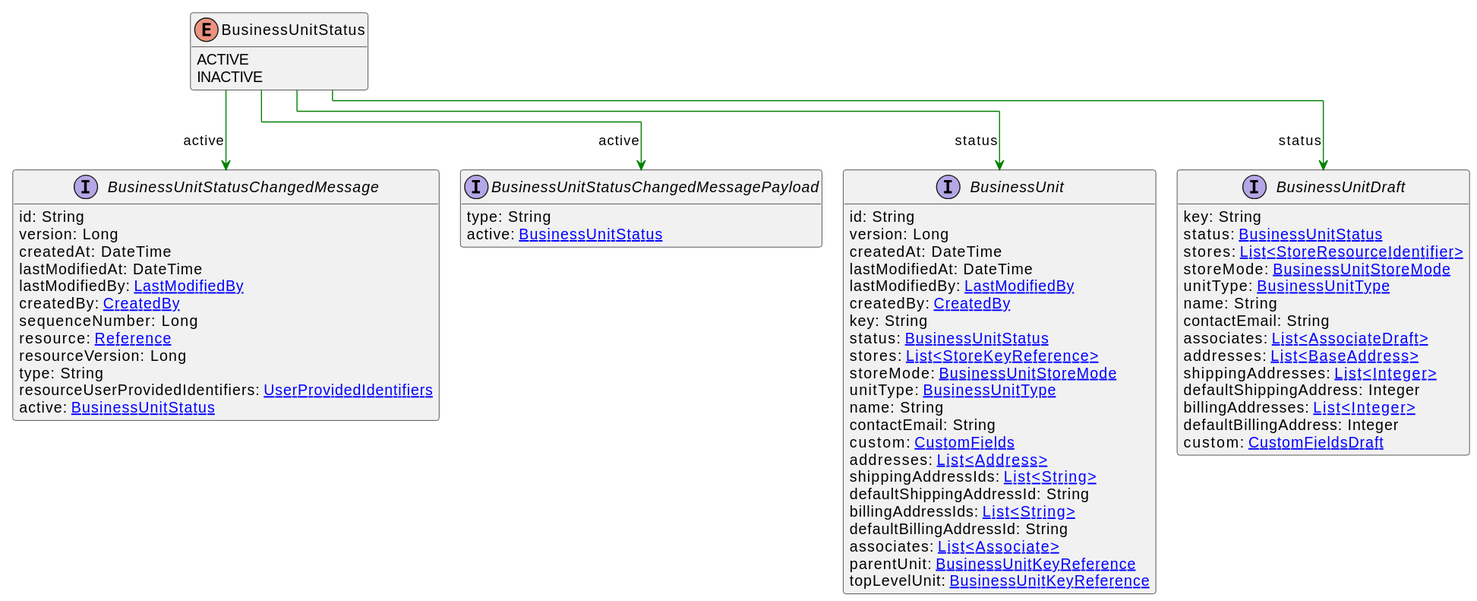
commercetools/commercetools-api-reference keeps this PlantUML diagram as uml/api/svg/BusinessUnitStatus.svg. Above is the earlier version.
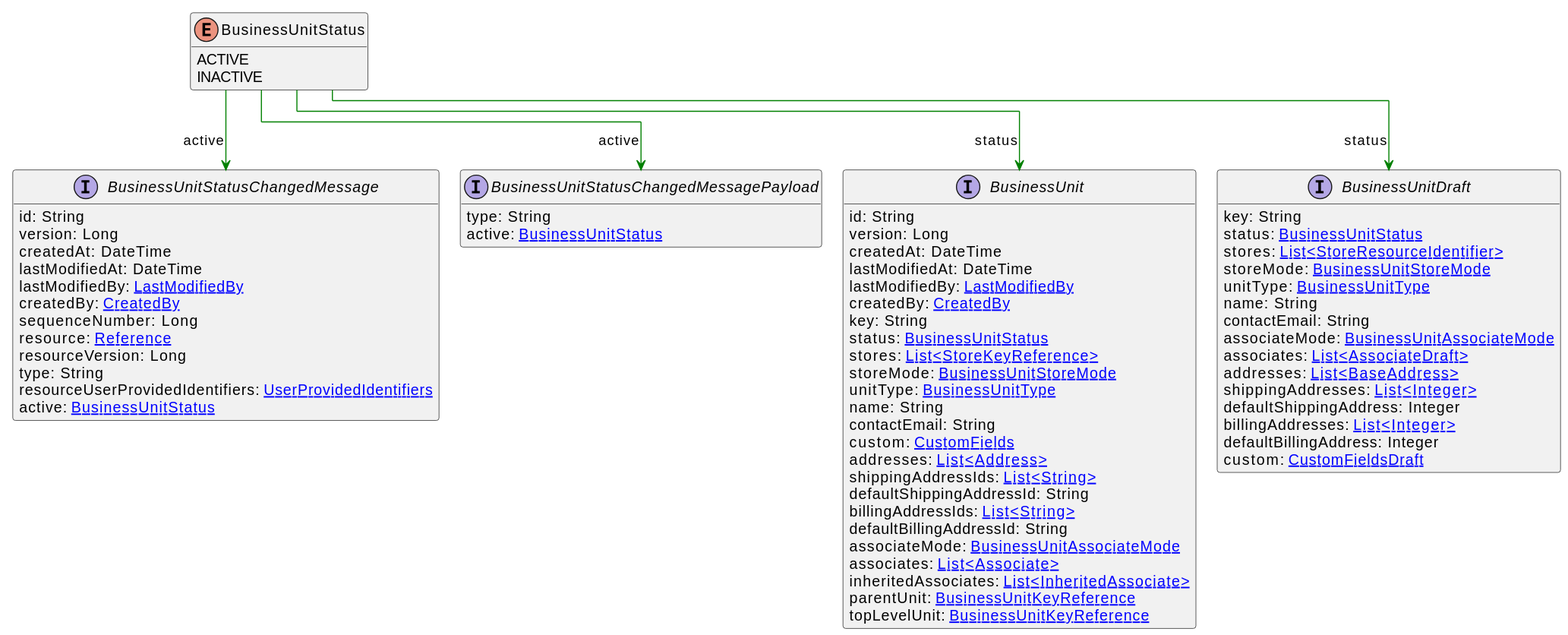
After the change.

The edit, as a diff of the source:
```diff
@@ -25,7 +25,9 @@
     defaultShippingAddressId: String
     billingAddressIds: [[String.svg List<String>]]
     defaultBillingAddressId: String
+    associateMode: [[BusinessUnitAssociateMode.svg BusinessUnitAssociateMode]]
     associates: [[Associate.svg List<Associate>]]
+    inheritedAssociates: [[InheritedAssociate.svg List<InheritedAssociate>]]
     parentUnit: [[BusinessUnitKeyReference.svg BusinessUnitKeyReference]]
     topLevelUnit: [[BusinessUnitKeyReference.svg BusinessUnitKeyReference]]
 }
@@ -37,6 +39,7 @@
     unitType: [[BusinessUnitType.svg BusinessUnitType]]
     name: String
     contactEmail: String
+    associateMode: [[BusinessUnitAssociateMode.svg BusinessUnitAssociateMode]]
     associates: [[AssociateDraft.svg List<AssociateDraft>]]
     addresses: [[BaseAddress.svg List<BaseAddress>]]
     shippingAddresses: [[Integer.svg List<Integer>]]
```
